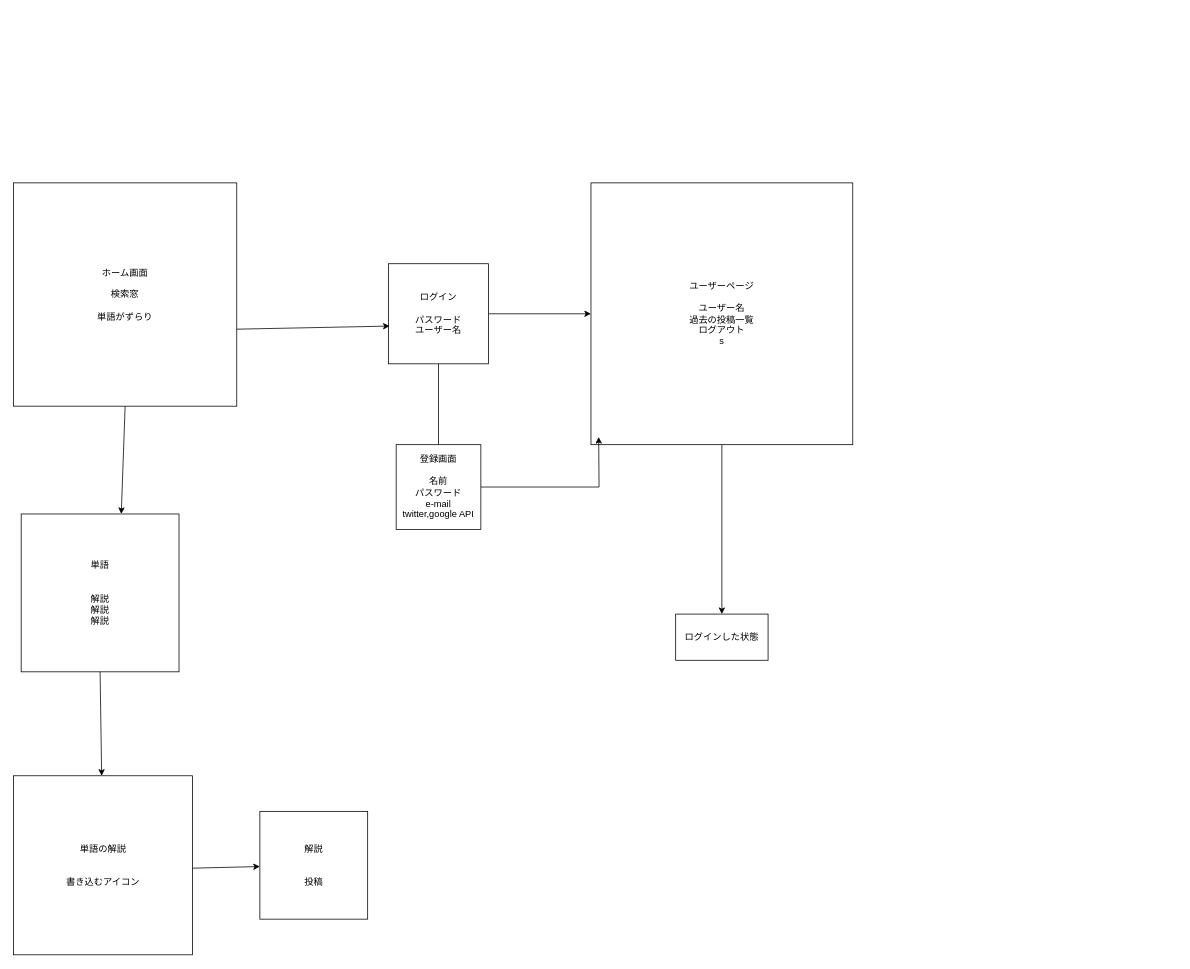
heihei-starts/inShort keeps this draw.io diagram as flow_chart.dio. Above is the earlier version. Source tidied: cells renumbered, new cells numbered last; positions are measured from the earlier drawing's top-left corner, leaving out a move shared by most shapes. Both pictures are drawn from the tidied source at 77%, with x=0, y=0 at pixel (13, 182).
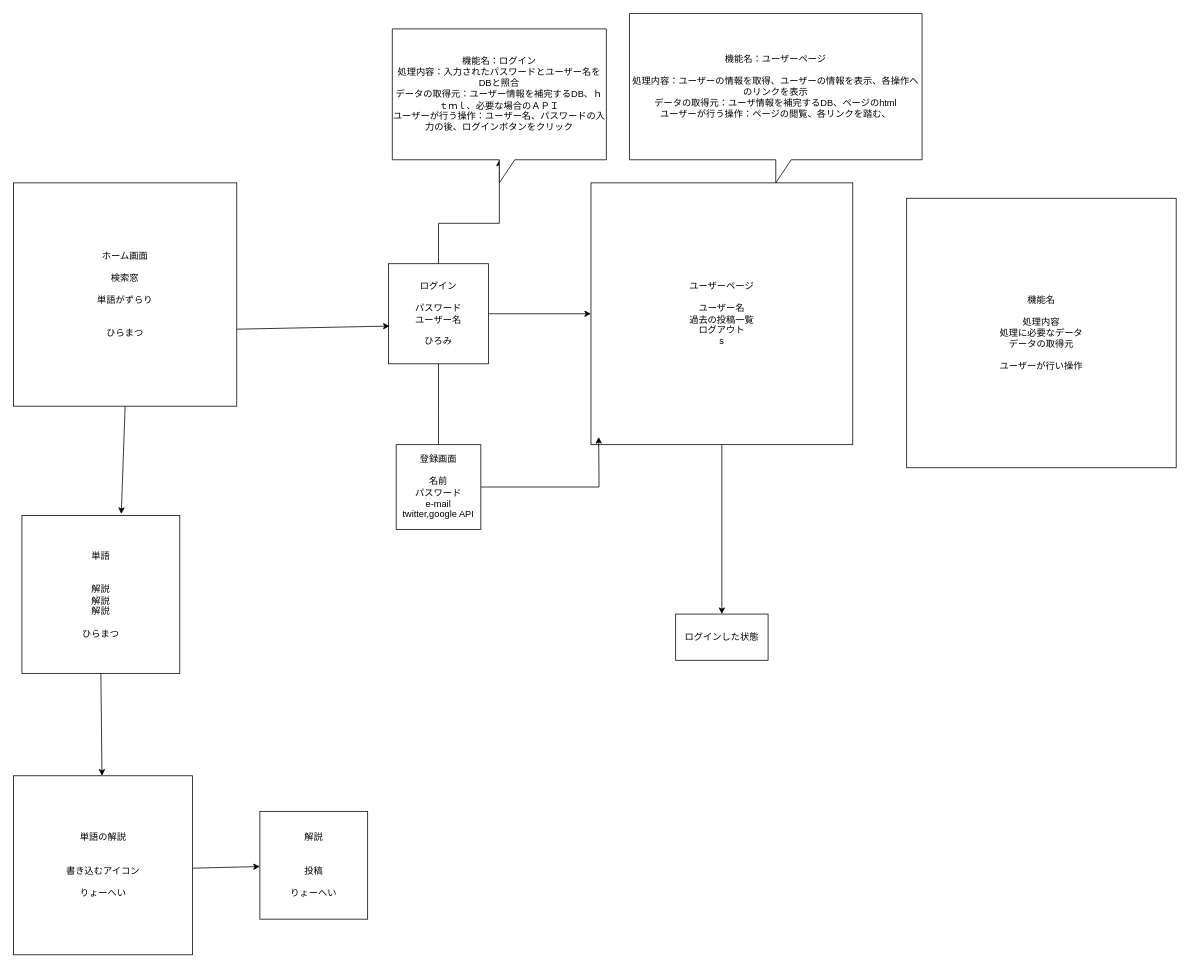
The same page after the edit.

Commit message:
フローチャート　ひろみ

What changed in the source:
```diff
@@
-    <mxCell id="2" value="ホーム画面&lt;br&gt;&lt;br&gt;検索窓&lt;br&gt;&lt;br&gt;単語がずらり" style="whiteSpace=wrap;html=1;" parent="1" vertex="1">
+    <mxCell id="2" value="ホーム画面&lt;br&gt;&lt;br&gt;検索窓&lt;br&gt;&lt;br&gt;単語がずらり&lt;br&gt;&lt;br&gt;&lt;br&gt;ひらまつ" style="whiteSpace=wrap;html=1;" parent="1" vertex="1">
       <mxGeometry width="290" height="290" as="geometry" />
     </mxCell>
@@
-    <mxCell id="4" value="単語&lt;br&gt;&lt;br&gt;&lt;br&gt;解説&lt;br&gt;解説&lt;br&gt;解説" style="whiteSpace=wrap;html=1;" parent="1" vertex="1">
-      <mxGeometry x="10" y="430" width="205" height="205" as="geometry" />
+    <mxCell id="4" value="単語&lt;br&gt;&lt;br&gt;&lt;br&gt;解説&lt;br&gt;解説&lt;br&gt;解説&lt;br&gt;&lt;br&gt;ひらまつ" style="whiteSpace=wrap;html=1;" parent="1" vertex="1">
+      <mxGeometry x="11" y="432" width="205" height="205" as="geometry" />
     </mxCell>
@@
-    <mxCell id="6" value="単語の解説&lt;br&gt;&lt;br&gt;&lt;br&gt;書き込むアイコン" style="whiteSpace=wrap;html=1;" parent="1" vertex="1">
+    <mxCell id="6" value="単語の解説&lt;br&gt;&lt;br&gt;&lt;br&gt;書き込むアイコン&lt;br&gt;&lt;br&gt;りょーへい" style="whiteSpace=wrap;html=1;" parent="1" vertex="1">
       <mxGeometry y="770" width="232.5" height="232.5" as="geometry" />
     </mxCell>
@@
-    <mxCell id="8" value="解説&lt;br&gt;&lt;br&gt;&lt;br&gt;投稿" style="whiteSpace=wrap;html=1;" parent="1" vertex="1">
+    <mxCell id="8" value="解説&lt;br&gt;&lt;br&gt;&lt;br&gt;投稿&lt;br&gt;&lt;br&gt;りょーへい" style="whiteSpace=wrap;html=1;" parent="1" vertex="1">
       <mxGeometry x="320" y="816.2" width="140" height="140" as="geometry" />
     </mxCell>
@@
+    <mxCell id="18" style="edgeStyle=orthogonalEdgeStyle;rounded=0;jettySize=auto;html=1;" parent="1" edge="1" source="13" target="21">
+      <mxGeometry relative="1" as="geometry" />
+    </mxCell>
-    <mxCell id="13" value="ログイン&lt;br&gt;&lt;br&gt;パスワード&lt;br&gt;ユーザー名" style="whiteSpace=wrap;html=1;" parent="1" vertex="1">
+    <mxCell id="13" value="ログイン&lt;br&gt;&lt;br&gt;パスワード&lt;br&gt;ユーザー名&lt;br&gt;&lt;br&gt;ひろみ" style="whiteSpace=wrap;html=1;" parent="1" vertex="1">
       <mxGeometry x="487" y="105" width="130" height="130" as="geometry" />
     </mxCell>
@@
+    <mxCell id="19" value="機能名&lt;br&gt;&lt;br&gt;処理内容&lt;br&gt;処理に必要なデータ&lt;br&gt;データの取得元&lt;br&gt;&lt;br&gt;ユーザーが行い操作" style="whiteSpace=wrap;html=1;" parent="1" vertex="1">
+      <mxGeometry x="1160" y="20" width="350" height="350" as="geometry" />
+    </mxCell>
+    <mxCell id="20" value="機能名：ユーザーページ&lt;br&gt;&lt;br&gt;処理内容：ユーザーの情報を取得、ユーザーの情報を表示、各操作へのリンクを表示&lt;br&gt;データの取得元：ユーザ情報を補完するDB、ページのhtml&lt;br&gt;ユーザーが行う操作：ページの閲覧、各リンクを踏む、" style="shape=callout;whiteSpace=wrap;html=1;perimeter=calloutPerimeter;" parent="1" vertex="1">
+      <mxGeometry x="800" y="-220" width="380" height="220" as="geometry" />
+    </mxCell>
+    <mxCell id="21" value="機能名：ログイン&lt;br&gt;処理内容：入力されたパスワードとユーザー名をDBと照合&lt;br&gt;データの取得元：ユーザー情報を補完するDB、ｈｔｍｌ、必要な場合のＡＰＩ&lt;br&gt;ユーザーが行う操作：ユーザー名、パスワードの入力の後、ログインボタンをクリック" style="shape=callout;whiteSpace=wrap;html=1;perimeter=calloutPerimeter;" parent="1" vertex="1">
+      <mxGeometry x="492" y="-200" width="278" height="200" as="geometry" />
+    </mxCell>
```
